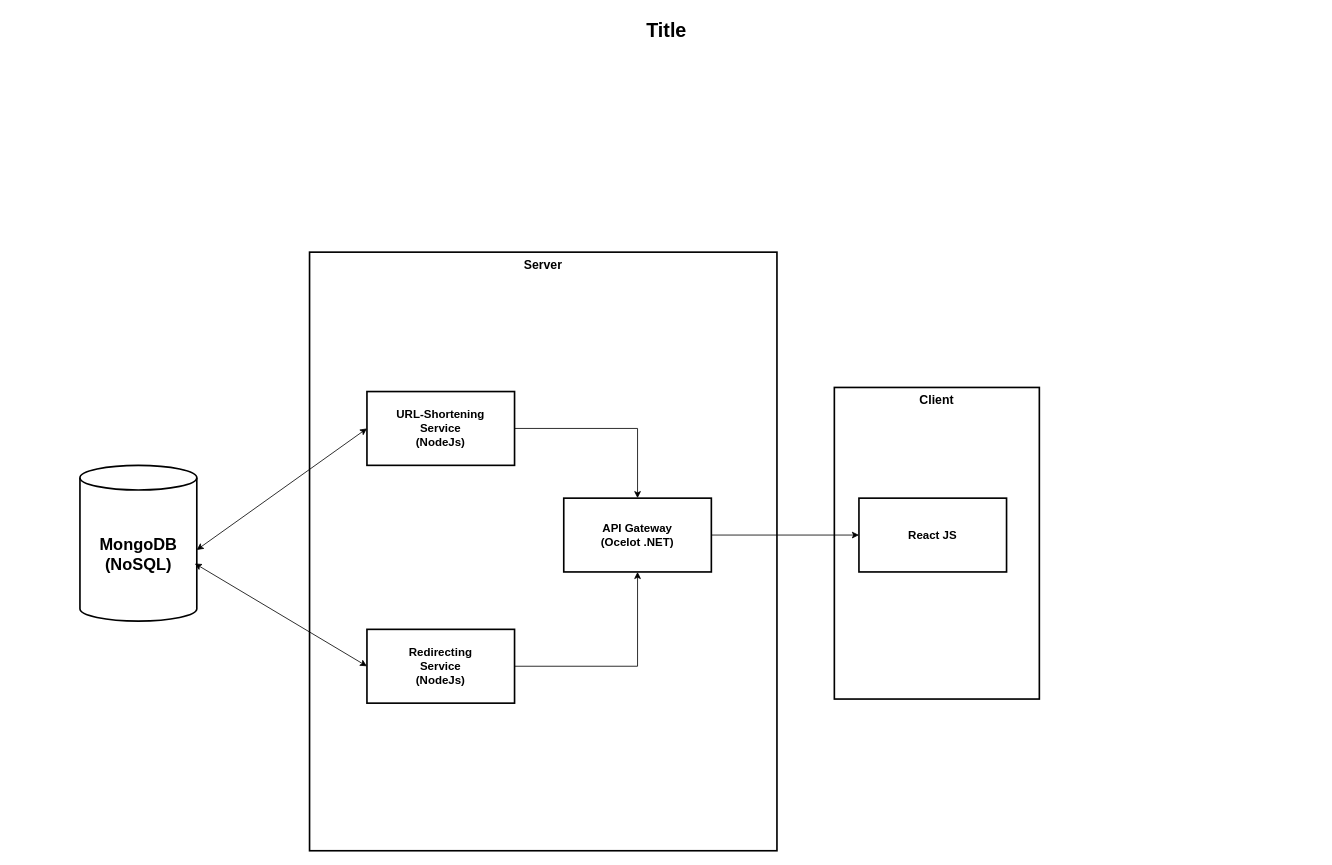
This is documents/url-shortener.drawio from buisonanh/AMD-CW, a draw.io file, before an edit. Source tidied: cells renumbered, new cells numbered last; positions are measured from the earlier drawing's top-left corner, leaving out a move shared by most shapes. Both pictures are drawn from the tidied source at 82%, with x=0, y=0 at pixel (14, 14).
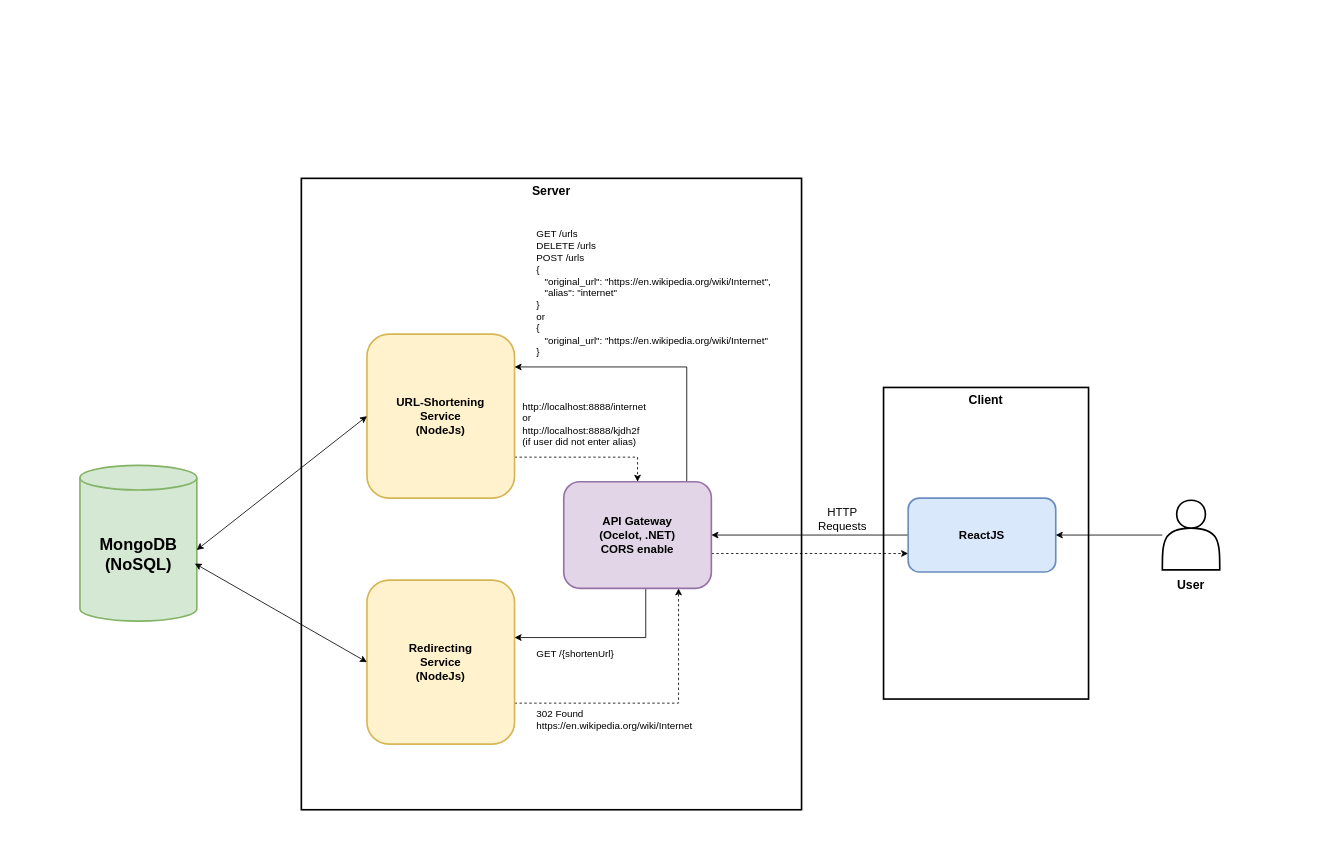
The same page after the edit.

The edit, as a diff of the source:
```diff
@@
-    <mxCell id="2" value="Title" style="text;strokeColor=none;fillColor=none;html=1;fontSize=24;fontStyle=1;verticalAlign=middle;align=center;" parent="1" vertex="1">
-      <mxGeometry width="1590" height="40" as="geometry" />
-    </mxCell>
     <mxCell id="3" value="Client" style="rounded=0;whiteSpace=wrap;html=1;strokeWidth=2;verticalAlign=top;fontSize=15;fontStyle=1;" parent="1" vertex="1">
-      <mxGeometry x="1000" y="455" width="250" height="380" as="geometry" />
+      <mxGeometry x="1060" y="455" width="250" height="380" as="geometry" />
     </mxCell>
     <mxCell id="4" value="Server" style="rounded=0;whiteSpace=wrap;html=1;strokeWidth=2;verticalAlign=top;fontSize=15;fontStyle=1;" parent="1" vertex="1">
-      <mxGeometry x="360" y="290" width="570" height="730" as="geometry" />
+      <mxGeometry x="350" y="200" width="610" height="770" as="geometry" />
     </mxCell>
-    <mxCell id="5" value="MongoDB&lt;div&gt;(NoSQL)&lt;/div&gt;" style="shape=cylinder3;whiteSpace=wrap;html=1;boundedLbl=1;backgroundOutline=1;size=15;strokeWidth=2;fontStyle=1;fontSize=20;" parent="1" vertex="1">
+    <mxCell id="5" value="MongoDB&lt;div&gt;(NoSQL)&lt;/div&gt;" style="shape=cylinder3;whiteSpace=wrap;html=1;boundedLbl=1;backgroundOutline=1;size=15;strokeWidth=2;fontStyle=1;fontSize=20;fillColor=#d5e8d4;strokeColor=#82b366;" parent="1" vertex="1">
       <mxGeometry x="80" y="550" width="142.5" height="190" as="geometry" />
     </mxCell>
+    <mxCell id="15" style="edgeStyle=orthogonalEdgeStyle;rounded=0;jettySize=auto;html=1;entryX=1;entryY=0.5;entryDx=0;entryDy=0;fontSize=11;" parent="1" edge="1" source="6" target="11">
+      <mxGeometry relative="1" as="geometry" />
+    </mxCell>
-    <mxCell id="6" value="React JS" style="rounded=0;whiteSpace=wrap;html=1;fontSize=14;fontStyle=1;strokeWidth=2;" parent="1" vertex="1">
-      <mxGeometry x="1030" y="590" width="180" height="90" as="geometry" />
+    <mxCell id="6" value="ReactJS" style="rounded=1;whiteSpace=wrap;html=1;fontSize=14;fontStyle=1;strokeWidth=2;fillColor=#dae8fc;strokeColor=#6c8ebf;" parent="1" vertex="1">
+      <mxGeometry x="1090" y="590" width="180" height="90" as="geometry" />
     </mxCell>
-    <mxCell id="7" style="edgeStyle=orthogonalEdgeStyle;rounded=0;jettySize=auto;html=1;" parent="1" edge="1" source="8" target="11">
-      <mxGeometry relative="1" as="geometry" />
+    <mxCell id="7" style="edgeStyle=orthogonalEdgeStyle;rounded=0;jettySize=auto;html=1;entryX=0.5;entryY=0;entryDx=0;entryDy=0;dashed=1;" parent="1" edge="1" source="8" target="11">
+      <mxGeometry relative="1" as="geometry">
+        <Array as="points">
+          <mxPoint x="760" y="540" />
+        </Array>
+      </mxGeometry>
     </mxCell>
-    <mxCell id="8" value="URL-Shortening&lt;div&gt;Service&lt;/div&gt;&lt;div&gt;(NodeJs)&lt;/div&gt;" style="rounded=0;whiteSpace=wrap;html=1;fontSize=14;fontStyle=1;strokeWidth=2;" parent="1" vertex="1">
-      <mxGeometry x="430" y="460" width="180" height="90" as="geometry" />
+    <mxCell id="8" value="URL-Shortening&lt;div&gt;Service&lt;/div&gt;&lt;div&gt;(NodeJs)&lt;/div&gt;" style="rounded=1;whiteSpace=wrap;html=1;fontSize=14;fontStyle=1;strokeWidth=2;fillColor=#fff2cc;strokeColor=#d6b656;" parent="1" vertex="1">
+      <mxGeometry x="430" y="390" width="180" height="200" as="geometry" />
     </mxCell>
-    <mxCell id="9" style="edgeStyle=orthogonalEdgeStyle;rounded=0;jettySize=auto;html=1;entryX=0.5;entryY=1;entryDx=0;entryDy=0;" parent="1" edge="1" source="10" target="11">
-      <mxGeometry relative="1" as="geometry" />
+    <mxCell id="9" style="edgeStyle=orthogonalEdgeStyle;rounded=0;jettySize=auto;html=1;dashed=1;" parent="1" edge="1" source="10" target="11">
+      <mxGeometry relative="1" as="geometry">
+        <Array as="points">
+          <mxPoint x="810" y="840" />
+        </Array>
+      </mxGeometry>
     </mxCell>
-    <mxCell id="10" value="Redirecting&lt;div&gt;Service&lt;/div&gt;&lt;div&gt;(NodeJs)&lt;/div&gt;" style="rounded=0;whiteSpace=wrap;html=1;fontSize=14;fontStyle=1;strokeWidth=2;" parent="1" vertex="1">
-      <mxGeometry x="430" y="750" width="180" height="90" as="geometry" />
+    <mxCell id="10" value="Redirecting&lt;div&gt;Service&lt;/div&gt;&lt;div&gt;(NodeJs)&lt;/div&gt;" style="rounded=1;whiteSpace=wrap;html=1;fontSize=14;fontStyle=1;strokeWidth=2;fillColor=#fff2cc;strokeColor=#d6b656;" parent="1" vertex="1">
+      <mxGeometry x="430" y="690" width="180" height="200" as="geometry" />
     </mxCell>
+    <mxCell id="16" style="edgeStyle=orthogonalEdgeStyle;rounded=0;jettySize=auto;html=1;" parent="1" edge="1" source="11" target="10">
+      <mxGeometry relative="1" as="geometry">
+        <Array as="points">
+          <mxPoint x="770" y="760" />
+        </Array>
+      </mxGeometry>
+    </mxCell>
+    <mxCell id="17" style="edgeStyle=orthogonalEdgeStyle;rounded=0;jettySize=auto;html=1;" parent="1" edge="1" source="11">
+      <mxGeometry relative="1" as="geometry">
+        <mxPoint x="610" y="430" as="targetPoint" />
+        <Array as="points">
+          <mxPoint x="820" y="430" />
+          <mxPoint x="610" y="430" />
+        </Array>
+      </mxGeometry>
+    </mxCell>
+    <mxCell id="12" style="edgeStyle=orthogonalEdgeStyle;rounded=0;jettySize=auto;html=1;entryX=0;entryY=0.75;entryDx=0;entryDy=0;dashed=1;" parent="1" edge="1" source="11" target="6">
+      <mxGeometry relative="1" as="geometry">
+        <Array as="points">
+          <mxPoint x="970" y="658" />
+        </Array>
+      </mxGeometry>
+    </mxCell>
-    <mxCell id="11" value="&lt;div&gt;API Gateway&lt;/div&gt;&lt;div&gt;(Ocelot .NET)&lt;/div&gt;" style="rounded=0;whiteSpace=wrap;html=1;fontSize=14;fontStyle=1;strokeWidth=2;" parent="1" vertex="1">
-      <mxGeometry x="670" y="590" width="180" height="90" as="geometry" />
+    <mxCell id="11" value="&lt;div&gt;API Gateway&lt;/div&gt;&lt;div&gt;(Ocelot, .NET)&lt;/div&gt;&lt;div&gt;CORS enable&lt;/div&gt;" style="rounded=1;whiteSpace=wrap;html=1;fontSize=14;fontStyle=1;strokeWidth=2;fillColor=#e1d5e7;strokeColor=#9673a6;" parent="1" vertex="1">
+      <mxGeometry x="670" y="570" width="180" height="130" as="geometry" />
     </mxCell>
-    <mxCell id="12" style="edgeStyle=orthogonalEdgeStyle;rounded=0;jettySize=auto;html=1;entryX=0;entryY=0.5;entryDx=0;entryDy=0;" parent="1" edge="1" source="11" target="6">
-      <mxGeometry relative="1" as="geometry" />
-    </mxCell>
@@
+    <mxCell id="18" value="HTTP Requests" style="text;html=1;align=center;verticalAlign=middle;whiteSpace=wrap;rounded=0;fontSize=14;" parent="1" vertex="1">
+      <mxGeometry x="980" y="600" width="60" height="30" as="geometry" />
+    </mxCell>
+    <mxCell id="19" style="edgeStyle=orthogonalEdgeStyle;rounded=0;jettySize=auto;html=1;" parent="1" edge="1" source="20" target="6">
+      <mxGeometry relative="1" as="geometry" />
+    </mxCell>
+    <mxCell id="20" style="shape=actor;whiteSpace=wrap;html=1;strokeWidth=2;" parent="1" vertex="1">
+      <mxGeometry x="1400" y="592.5" width="70" height="85" as="geometry" />
+    </mxCell>
+    <mxCell id="21" value="User" style="text;html=1;align=center;verticalAlign=middle;whiteSpace=wrap;rounded=0;fontSize=15;fontStyle=1;" parent="1" vertex="1">
+      <mxGeometry x="1405" y="680" width="60" height="30" as="geometry" />
+    </mxCell>
+    <mxCell id="22" value="&lt;div style=&quot;font-size: 12px;&quot;&gt;&lt;div style=&quot;font-size: 12px;&quot;&gt;GET /urls&lt;/div&gt;&lt;div style=&quot;font-size: 12px;&quot;&gt;DELETE /urls&lt;/div&gt;&lt;/div&gt;&lt;span style=&quot;font-size: 12px;&quot;&gt;POST /urls&lt;/span&gt;&lt;div style=&quot;font-size: 12px;&quot;&gt;&lt;div style=&quot;font-size: 12px;&quot;&gt;{&lt;div style=&quot;font-size: 12px;&quot;&gt;&amp;nbsp; &amp;nbsp;&quot;original_url&quot;: &quot;https://en.wikipedia.org/wiki/Internet&quot;,&lt;/div&gt;&lt;div style=&quot;font-size: 12px;&quot;&gt;&amp;nbsp; &amp;nbsp;&quot;alias&quot;: &quot;internet&quot;&lt;/div&gt;&lt;div style=&quot;font-size: 12px;&quot;&gt;}&lt;/div&gt;&lt;div style=&quot;font-size: 12px;&quot;&gt;or&lt;/div&gt;&lt;div style=&quot;font-size: 12px;&quot;&gt;{&lt;div&gt;&amp;nbsp; &amp;nbsp;&quot;original_url&quot;: &quot;https://en.wikipedia.org/wiki/Internet&quot;&lt;/div&gt;&lt;div&gt;}&lt;/div&gt;&lt;/div&gt;&lt;/div&gt;&lt;/div&gt;" style="text;html=1;align=left;verticalAlign=middle;whiteSpace=wrap;rounded=0;fontSize=12;" parent="1" vertex="1">
+      <mxGeometry x="635" y="280" width="290" height="120" as="geometry" />
+    </mxCell>
+    <mxCell id="23" value="&lt;div style=&quot;font-size: 12px;&quot;&gt;&lt;div style=&quot;font-size: 12px;&quot;&gt;GET /{shortenUrl}&lt;/div&gt;&lt;/div&gt;" style="text;html=1;align=left;verticalAlign=middle;whiteSpace=wrap;rounded=0;fontSize=12;" parent="1" vertex="1">
+      <mxGeometry x="635" y="770" width="125" height="20" as="geometry" />
+    </mxCell>
+    <mxCell id="24" value="&lt;div style=&quot;font-size: 12px;&quot;&gt;&lt;div style=&quot;font-size: 12px;&quot;&gt;302 Found&lt;/div&gt;&lt;div style=&quot;font-size: 12px;&quot;&gt;https://en.wikipedia.org/wiki/Internet&lt;br&gt;&lt;/div&gt;&lt;/div&gt;" style="text;html=1;align=left;verticalAlign=middle;whiteSpace=wrap;rounded=0;fontSize=12;" parent="1" vertex="1">
+      <mxGeometry x="635" y="850" width="125" height="20" as="geometry" />
+    </mxCell>
+    <mxCell id="25" value="&lt;div style=&quot;font-size: 12px;&quot;&gt;&lt;div style=&quot;font-size: 12px;&quot;&gt;http://localhost:8888/internet&lt;/div&gt;&lt;div style=&quot;font-size: 12px;&quot;&gt;or&lt;/div&gt;&lt;div style=&quot;font-size: 12px;&quot;&gt;http://localhost:8888/kjdh2f&amp;nbsp;&lt;/div&gt;&lt;div style=&quot;font-size: 12px;&quot;&gt;(if user did not enter alias)&lt;br&gt;&lt;/div&gt;&lt;/div&gt;" style="text;html=1;align=left;verticalAlign=middle;whiteSpace=wrap;rounded=0;fontSize=12;" parent="1" vertex="1">
+      <mxGeometry x="617.5" y="490" width="160" height="20" as="geometry" />
+    </mxCell>
```
